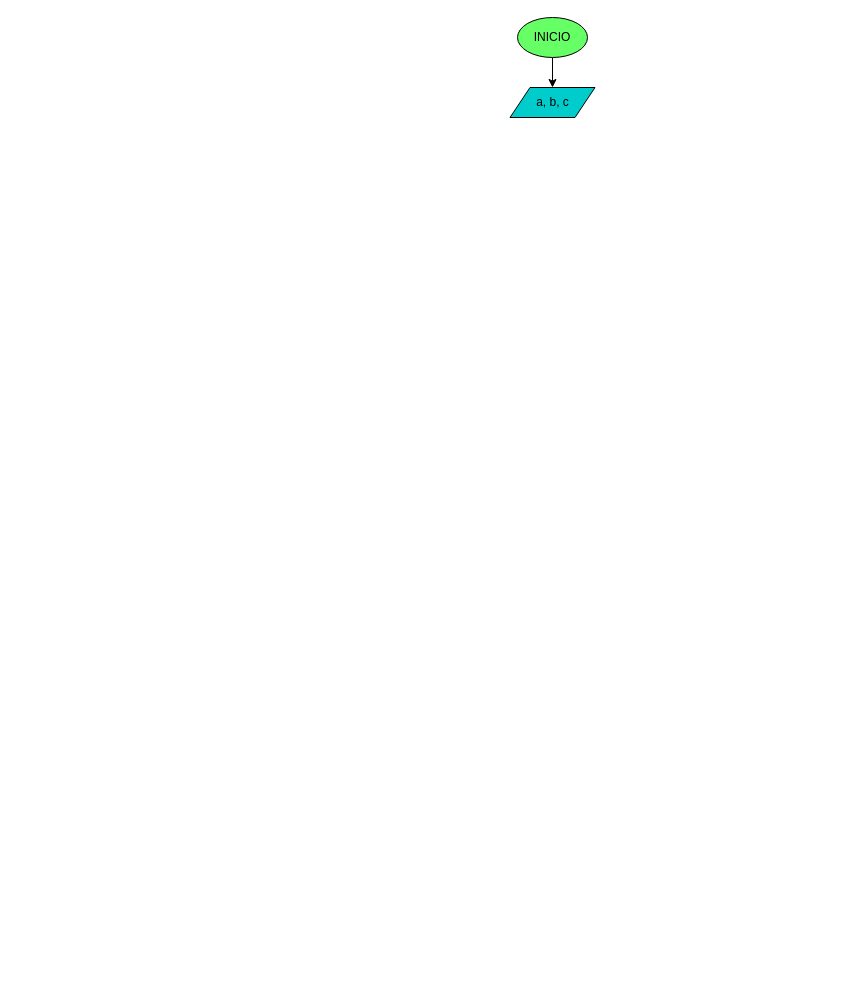
sistemas-colegio-guanenta/quiz-condicionales-vxlentxxx keeps this draw.io diagram as diagrama.drawio. Above is the earlier version. Source tidied: cells renumbered, new cells numbered last; positions are measured from the earlier drawing's top-left corner, leaving out a move shared by most shapes. Both pictures are drawn from the tidied source at 100%, with x=0, y=0 at pixel (509, 17).
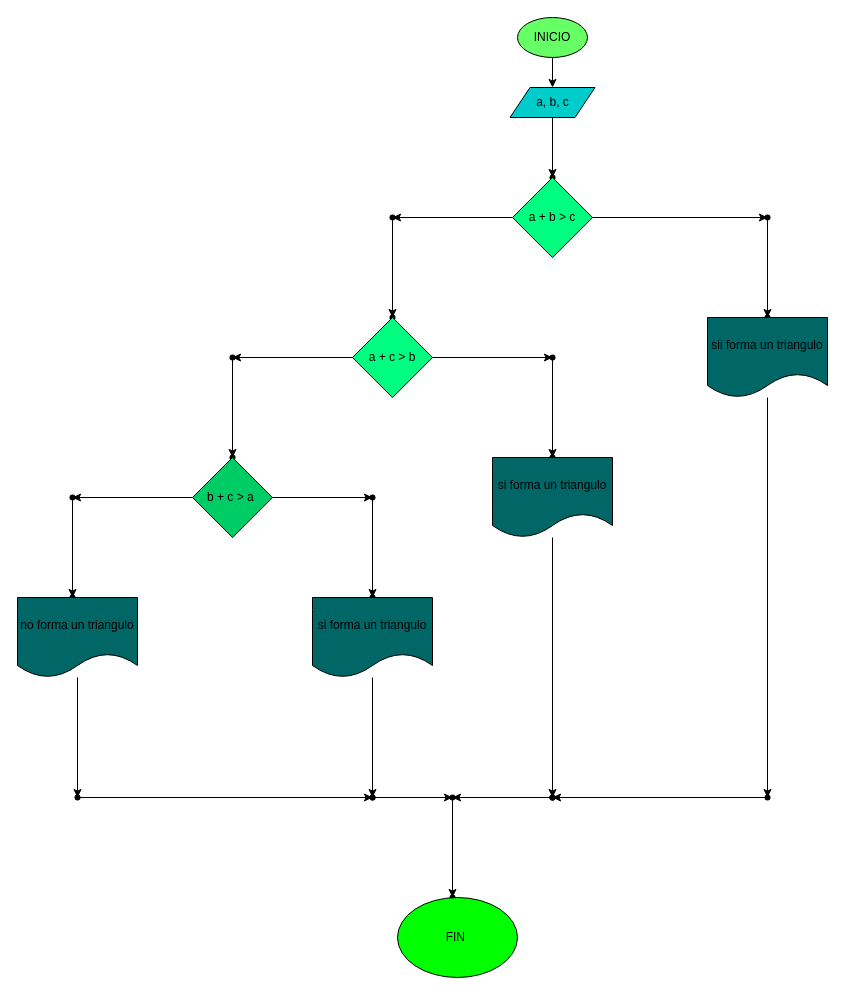
After the change.

Commit message (it also covers changes not shown here):
se agrego python y diagrama del programa

Unchanged cells that the change refers to:
```xml
<mxCell id="4" value="a, b, c" style="shape=parallelogram;perimeter=parallelogramPerimeter;whiteSpace=wrap;html=1;fixedSize=1;fillColor=#00CCCC;" parent="1" vertex="1">
  <mxGeometry x="0.5" y="70" width="85" height="30" as="geometry" />
</mxCell>
```

What changed in the source:
```diff
@@
+    <mxCell id="5" style="edgeStyle=none;html=1;" parent="1" edge="1" source="4" target="6">
+      <mxGeometry relative="1" as="geometry" />
+    </mxCell>
@@
+    <mxCell id="6" style="shape=waypoint;sketch=0;size=6;points=[];fillColor=#00CCCC;perimeter=centerPerimeter;snapToPoint=1;" parent="1" vertex="1">
+      <mxGeometry x="33" y="150" width="20" height="20" as="geometry" />
+    </mxCell>
+    <mxCell id="7" style="edgeStyle=none;html=1;" parent="1" edge="1" source="9" target="11">
+      <mxGeometry relative="1" as="geometry" />
+    </mxCell>
+    <mxCell id="8" style="edgeStyle=none;html=1;" parent="1" edge="1" source="9" target="18">
+      <mxGeometry relative="1" as="geometry" />
+    </mxCell>
+    <mxCell id="9" value="a + b &amp;gt; c" style="rhombus;whiteSpace=wrap;html=1;fillColor=#00FF80;" parent="1" vertex="1">
+      <mxGeometry x="3" y="160" width="80" height="80" as="geometry" />
+    </mxCell>
+    <mxCell id="10" style="edgeStyle=none;html=1;" parent="1" edge="1" source="11" target="12">
+      <mxGeometry relative="1" as="geometry" />
+    </mxCell>
+    <mxCell id="11" style="shape=waypoint;sketch=0;size=6;points=[];fillColor=default;perimeter=centerPerimeter;snapToPoint=1;" parent="1" vertex="1">
+      <mxGeometry x="248" y="190" width="20" height="20" as="geometry" />
+    </mxCell>
+    <mxCell id="12" style="shape=waypoint;sketch=0;size=6;points=[];fillColor=default;perimeter=centerPerimeter;snapToPoint=1;" parent="1" vertex="1">
+      <mxGeometry x="248" y="290" width="20" height="20" as="geometry" />
+    </mxCell>
+    <mxCell id="13" style="edgeStyle=none;html=1;" parent="1" edge="1" source="14" target="16">
+      <mxGeometry relative="1" as="geometry" />
+    </mxCell>
+    <mxCell id="14" value="sii forma un triangulo" style="shape=document;whiteSpace=wrap;html=1;boundedLbl=1;fillColor=#006666;" parent="1" vertex="1">
+      <mxGeometry x="198" y="300" width="120" height="80" as="geometry" />
+    </mxCell>
+    <mxCell id="15" style="edgeStyle=none;html=1;" parent="1" edge="1" source="16" target="52">
+      <mxGeometry relative="1" as="geometry" />
+    </mxCell>
+    <mxCell id="16" style="shape=waypoint;sketch=0;size=6;points=[];fillColor=default;perimeter=centerPerimeter;snapToPoint=1;" parent="1" vertex="1">
+      <mxGeometry x="248" y="770" width="20" height="20" as="geometry" />
+    </mxCell>
+    <mxCell id="17" style="edgeStyle=none;html=1;" parent="1" edge="1" source="18" target="19">
+      <mxGeometry relative="1" as="geometry" />
+    </mxCell>
+    <mxCell id="18" style="shape=waypoint;sketch=0;size=6;points=[];fillColor=default;perimeter=centerPerimeter;snapToPoint=1;" parent="1" vertex="1">
+      <mxGeometry x="-127" y="190" width="20" height="20" as="geometry" />
+    </mxCell>
+    <mxCell id="19" style="shape=waypoint;sketch=0;size=6;points=[];fillColor=default;perimeter=centerPerimeter;snapToPoint=1;" parent="1" vertex="1">
+      <mxGeometry x="-127" y="290" width="20" height="20" as="geometry" />
+    </mxCell>
+    <mxCell id="20" style="edgeStyle=none;html=1;" parent="1" edge="1" source="22" target="24">
+      <mxGeometry relative="1" as="geometry" />
+    </mxCell>
+    <mxCell id="21" style="edgeStyle=none;html=1;" parent="1" edge="1" source="22" target="30">
+      <mxGeometry relative="1" as="geometry" />
+    </mxCell>
+    <mxCell id="22" value="a + c &amp;gt; b" style="rhombus;whiteSpace=wrap;html=1;fillColor=#00FF80;" parent="1" vertex="1">
+      <mxGeometry x="-157" y="300" width="80" height="80" as="geometry" />
+    </mxCell>
+    <mxCell id="23" style="edgeStyle=none;html=1;" parent="1" edge="1" source="24" target="25">
+      <mxGeometry relative="1" as="geometry" />
+    </mxCell>
+    <mxCell id="24" style="shape=waypoint;sketch=0;size=6;points=[];fillColor=default;perimeter=centerPerimeter;snapToPoint=1;" parent="1" vertex="1">
+      <mxGeometry x="33" y="330" width="20" height="20" as="geometry" />
+    </mxCell>
+    <mxCell id="25" style="shape=waypoint;sketch=0;size=6;points=[];fillColor=default;perimeter=centerPerimeter;snapToPoint=1;" parent="1" vertex="1">
+      <mxGeometry x="33" y="430" width="20" height="20" as="geometry" />
+    </mxCell>
+    <mxCell id="26" style="edgeStyle=none;html=1;" parent="1" edge="1" source="27" target="28">
+      <mxGeometry relative="1" as="geometry" />
+    </mxCell>
+    <mxCell id="27" value="si forma un triangulo" style="shape=document;whiteSpace=wrap;html=1;boundedLbl=1;fillColor=#006666;" parent="1" vertex="1">
+      <mxGeometry x="-17" y="440" width="120" height="80" as="geometry" />
+    </mxCell>
+    <mxCell id="28" style="shape=waypoint;sketch=0;size=6;points=[];fillColor=default;perimeter=centerPerimeter;snapToPoint=1;" parent="1" vertex="1">
+      <mxGeometry x="33" y="770" width="20" height="20" as="geometry" />
+    </mxCell>
+    <mxCell id="29" style="edgeStyle=none;html=1;" parent="1" edge="1" source="30" target="31">
+      <mxGeometry relative="1" as="geometry" />
+    </mxCell>
+    <mxCell id="30" style="shape=waypoint;sketch=0;size=6;points=[];fillColor=default;perimeter=centerPerimeter;snapToPoint=1;" parent="1" vertex="1">
+      <mxGeometry x="-287" y="330" width="20" height="20" as="geometry" />
+    </mxCell>
+    <mxCell id="31" style="shape=waypoint;sketch=0;size=6;points=[];fillColor=default;perimeter=centerPerimeter;snapToPoint=1;" parent="1" vertex="1">
+      <mxGeometry x="-287" y="430" width="20" height="20" as="geometry" />
+    </mxCell>
+    <mxCell id="32" style="edgeStyle=none;html=1;" parent="1" edge="1" source="34" target="36">
+      <mxGeometry relative="1" as="geometry" />
+    </mxCell>
+    <mxCell id="33" style="edgeStyle=none;html=1;" parent="1" edge="1" source="34" target="42">
+      <mxGeometry relative="1" as="geometry" />
+    </mxCell>
+    <mxCell id="34" value="b + c &amp;gt; a&amp;nbsp;" style="rhombus;whiteSpace=wrap;html=1;fillColor=#00CC66;" parent="1" vertex="1">
+      <mxGeometry x="-317" y="440" width="80" height="80" as="geometry" />
+    </mxCell>
+    <mxCell id="35" style="edgeStyle=none;html=1;" parent="1" edge="1" source="36" target="37">
+      <mxGeometry relative="1" as="geometry" />
+    </mxCell>
+    <mxCell id="36" style="shape=waypoint;sketch=0;size=6;points=[];fillColor=default;perimeter=centerPerimeter;snapToPoint=1;" parent="1" vertex="1">
+      <mxGeometry x="-147" y="470" width="20" height="20" as="geometry" />
+    </mxCell>
+    <mxCell id="37" style="shape=waypoint;sketch=0;size=6;points=[];fillColor=default;perimeter=centerPerimeter;snapToPoint=1;" parent="1" vertex="1">
+      <mxGeometry x="-147" y="570" width="20" height="20" as="geometry" />
+    </mxCell>
+    <mxCell id="38" style="edgeStyle=none;html=1;" parent="1" edge="1" source="39" target="40">
+      <mxGeometry relative="1" as="geometry" />
+    </mxCell>
+    <mxCell id="39" value="si forma un triangulo" style="shape=document;whiteSpace=wrap;html=1;boundedLbl=1;fillColor=#006666;" parent="1" vertex="1">
+      <mxGeometry x="-197" y="580" width="120" height="80" as="geometry" />
+    </mxCell>
+    <mxCell id="40" style="shape=waypoint;sketch=0;size=6;points=[];fillColor=default;perimeter=centerPerimeter;snapToPoint=1;" parent="1" vertex="1">
+      <mxGeometry x="-147" y="770" width="20" height="20" as="geometry" />
+    </mxCell>
+    <mxCell id="41" style="edgeStyle=none;html=1;" parent="1" edge="1" source="42" target="43">
+      <mxGeometry relative="1" as="geometry" />
+    </mxCell>
+    <mxCell id="42" style="shape=waypoint;sketch=0;size=6;points=[];fillColor=default;perimeter=centerPerimeter;snapToPoint=1;" parent="1" vertex="1">
+      <mxGeometry x="-447" y="470" width="20" height="20" as="geometry" />
+    </mxCell>
+    <mxCell id="43" style="shape=waypoint;sketch=0;size=6;points=[];fillColor=default;perimeter=centerPerimeter;snapToPoint=1;" parent="1" vertex="1">
+      <mxGeometry x="-447" y="570" width="20" height="20" as="geometry" />
+    </mxCell>
+    <mxCell id="44" style="edgeStyle=none;html=1;" parent="1" edge="1" source="45" target="47">
+      <mxGeometry relative="1" as="geometry" />
+    </mxCell>
+    <mxCell id="45" value="no forma un triangulo" style="shape=document;whiteSpace=wrap;html=1;boundedLbl=1;fillColor=#006666;" parent="1" vertex="1">
+      <mxGeometry x="-492" y="580" width="120" height="80" as="geometry" />
+    </mxCell>
+    <mxCell id="46" style="edgeStyle=none;html=1;" parent="1" edge="1" source="47" target="49">
+      <mxGeometry relative="1" as="geometry" />
+    </mxCell>
+    <mxCell id="47" style="shape=waypoint;sketch=0;size=6;points=[];fillColor=default;perimeter=centerPerimeter;snapToPoint=1;" parent="1" vertex="1">
+      <mxGeometry x="-442" y="770" width="20" height="20" as="geometry" />
+    </mxCell>
+    <mxCell id="48" style="edgeStyle=none;html=1;" parent="1" edge="1" source="49" target="54">
+      <mxGeometry relative="1" as="geometry" />
+    </mxCell>
+    <mxCell id="49" style="shape=waypoint;sketch=0;size=6;points=[];fillColor=default;perimeter=centerPerimeter;snapToPoint=1;" parent="1" vertex="1">
+      <mxGeometry x="-147" y="770" width="20" height="20" as="geometry" />
+    </mxCell>
+    <mxCell id="50" style="shape=waypoint;sketch=0;size=6;fillColor=default;perimeter=centerPerimeter;" parent="1" vertex="1">
+      <mxGeometry x="33" y="770" width="20" height="20" as="geometry" />
+    </mxCell>
+    <mxCell id="51" style="edgeStyle=none;html=1;" parent="1" edge="1" source="52" target="54">
+      <mxGeometry relative="1" as="geometry" />
+    </mxCell>
+    <mxCell id="52" style="shape=waypoint;sketch=0;size=6;points=[];fillColor=default;perimeter=centerPerimeter;snapToPoint=1;" parent="1" vertex="1">
+      <mxGeometry x="33" y="770" width="20" height="20" as="geometry" />
+    </mxCell>
+    <mxCell id="53" style="edgeStyle=none;html=1;" parent="1" edge="1" source="54" target="55">
+      <mxGeometry relative="1" as="geometry" />
+    </mxCell>
+    <mxCell id="54" style="shape=waypoint;sketch=0;size=6;points=[];fillColor=default;perimeter=centerPerimeter;snapToPoint=1;" parent="1" vertex="1">
+      <mxGeometry x="-67" y="770" width="20" height="20" as="geometry" />
+    </mxCell>
+    <mxCell id="55" style="shape=waypoint;sketch=0;size=6;points=[];fillColor=default;perimeter=centerPerimeter;snapToPoint=1;" parent="1" vertex="1">
+      <mxGeometry x="-67" y="870" width="20" height="20" as="geometry" />
+    </mxCell>
+    <mxCell id="56" value="FIN&amp;nbsp;" style="ellipse;whiteSpace=wrap;html=1;fillColor=#00FF00;" parent="1" vertex="1">
+      <mxGeometry x="-112" y="880" width="120" height="80" as="geometry" />
+    </mxCell>
```
